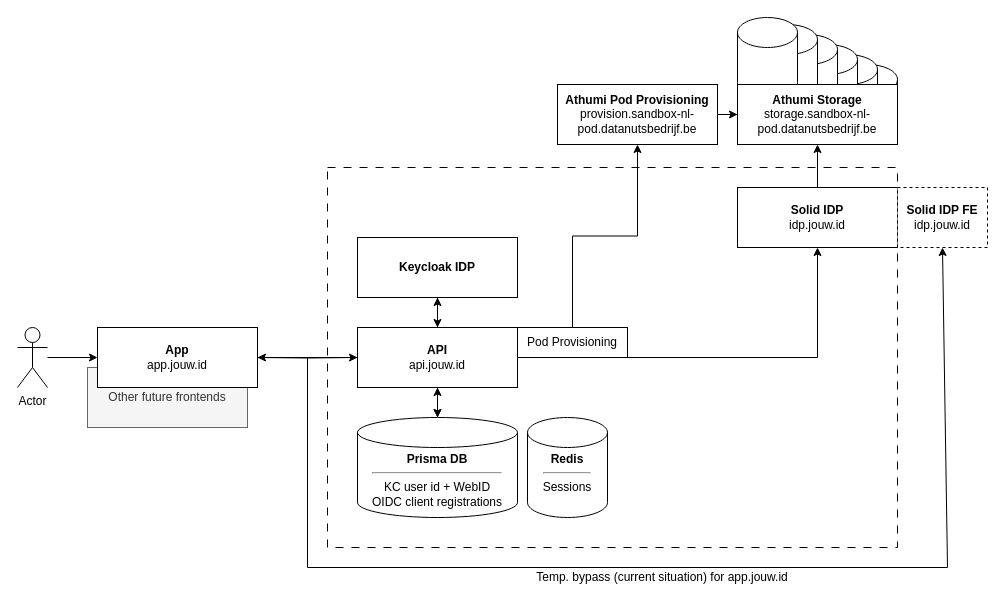
lennartdeknikker/diagrams keeps this draw.io diagram as draw-io/auth-architecture.drawio. Above is the earlier version. Source tidied: cells renumbered, new cells numbered last; positions are measured from the earlier drawing's top-left corner, leaving out a move shared by most shapes. Both pictures are drawn from the tidied source at 100%, with x=0, y=0 at pixel (17, 17).
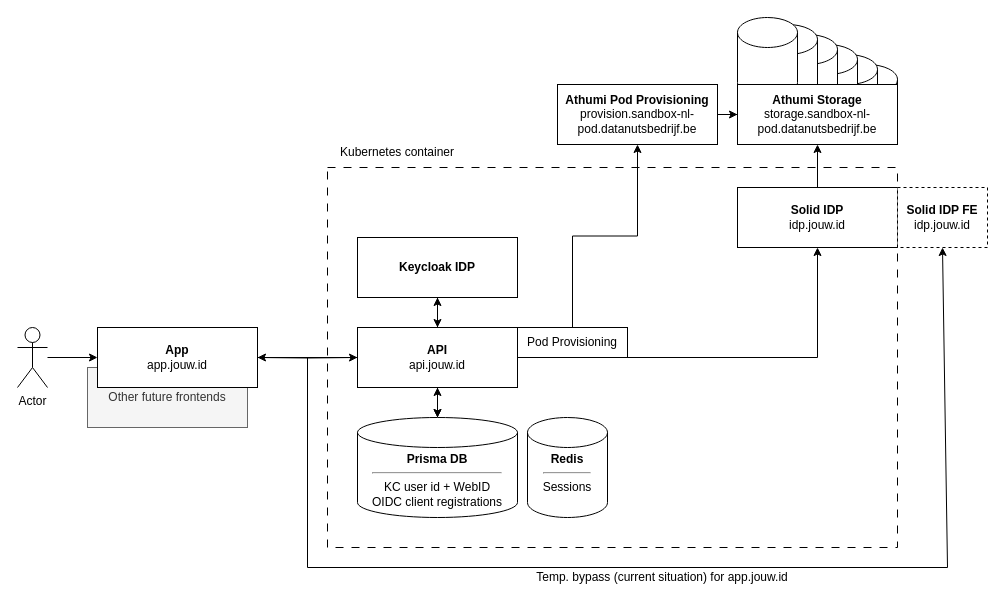
The same diagram, later.

Change to the diagram source:
```diff
@@
+    <mxCell id="35" value="Kubernetes container" style="text;html=1;align=center;verticalAlign=middle;whiteSpace=wrap;rounded=0;" parent="1" vertex="1">
+      <mxGeometry x="310" y="120" width="140" height="30" as="geometry" />
+    </mxCell>
```
